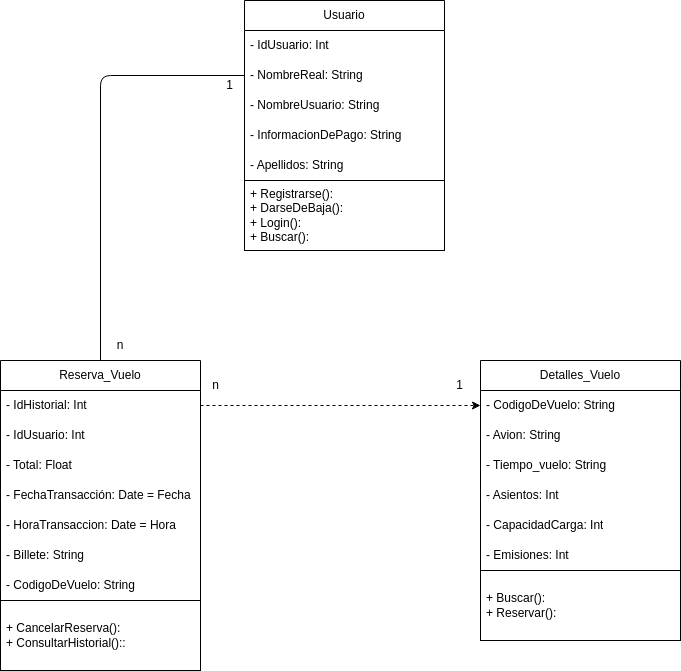
The draw.io diagram Diagramas-clases/Reserva-vuelos/Diagrama.drawio.png in IsaiasTolP/Tareas_Markdown, before a commit. Source tidied: cells renumbered, new cells last; positions are measured from the earlier drawing's top-left corner, leaving out a move shared by most shapes.
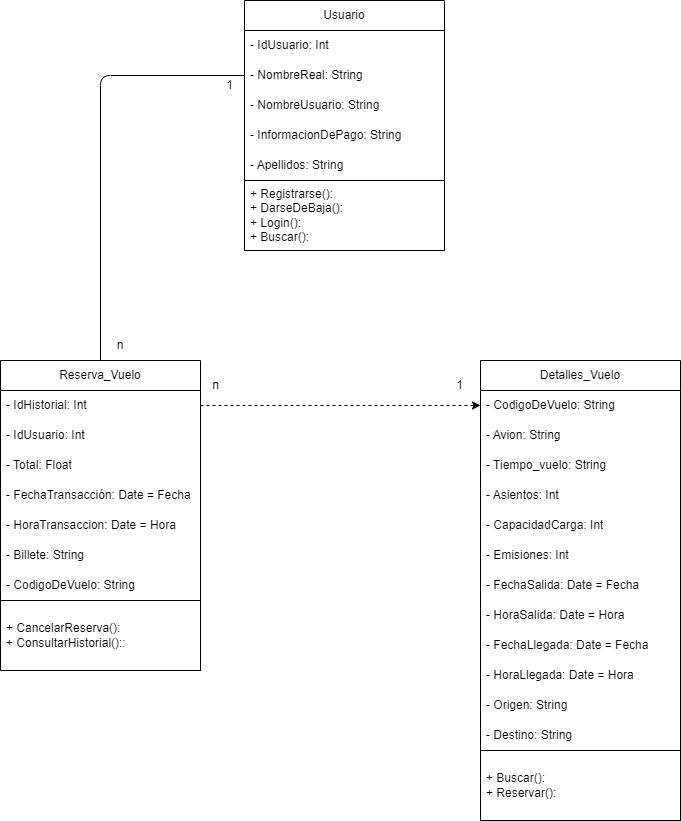
The same file after the commit.

Commit message:
Diagrama vuelos

Diff of the diagram source:
```diff
@@ -58,7 +58,7 @@
       <mxGeometry y="240" width="200" height="70" as="geometry" />
     </mxCell>
     <mxCell id="19" value="Detalles_Vuelo" style="swimlane;fontStyle=0;horizontal=1;startSize=30;whiteSpace=wrap;html=1;" parent="1" vertex="1">
-      <mxGeometry x="480" y="360" width="200" height="280" as="geometry" />
+      <mxGeometry x="480" y="360" width="200" height="460" as="geometry" />
     </mxCell>
     <mxCell id="20" value="- CodigoDeVuelo: String" style="text;strokeColor=none;fillColor=none;align=left;verticalAlign=middle;spacingLeft=4;spacingRight=4;overflow=hidden;points=[[0,0.5],[1,0.5]];portConstraint=eastwest;whiteSpace=wrap;html=1;" parent="19" vertex="1">
       <mxGeometry y="30" width="200" height="30" as="geometry" />
@@ -78,8 +78,26 @@
     <mxCell id="25" value="- Emisiones: Int" style="text;strokeColor=none;fillColor=none;align=left;verticalAlign=middle;spacingLeft=4;spacingRight=4;overflow=hidden;whiteSpace=wrap;html=1;" parent="19" vertex="1">
       <mxGeometry y="180" width="200" height="30" as="geometry" />
     </mxCell>
+    <mxCell id="32" value="- FechaSalida: Date = Fecha" style="text;strokeColor=none;fillColor=none;align=left;verticalAlign=middle;spacingLeft=4;spacingRight=4;overflow=hidden;whiteSpace=wrap;html=1;" parent="19" vertex="1">
+      <mxGeometry y="210" width="200" height="30" as="geometry" />
+    </mxCell>
+    <mxCell id="33" value="- HoraSalida: Date = Hora" style="text;strokeColor=none;fillColor=none;align=left;verticalAlign=middle;spacingLeft=4;spacingRight=4;overflow=hidden;whiteSpace=wrap;html=1;" parent="19" vertex="1">
+      <mxGeometry y="240" width="200" height="30" as="geometry" />
+    </mxCell>
+    <mxCell id="34" value="- FechaLlegada: Date = Fecha" style="text;strokeColor=none;fillColor=none;align=left;verticalAlign=middle;spacingLeft=4;spacingRight=4;overflow=hidden;whiteSpace=wrap;html=1;" parent="19" vertex="1">
+      <mxGeometry y="270" width="200" height="30" as="geometry" />
+    </mxCell>
+    <mxCell id="35" value="- HoraLlegada: Date = Hora" style="text;strokeColor=none;fillColor=none;align=left;verticalAlign=middle;spacingLeft=4;spacingRight=4;overflow=hidden;whiteSpace=wrap;html=1;" parent="19" vertex="1">
+      <mxGeometry y="300" width="200" height="30" as="geometry" />
+    </mxCell>
+    <mxCell id="36" value="- Origen: String" style="text;strokeColor=none;fillColor=none;align=left;verticalAlign=middle;spacingLeft=4;spacingRight=4;overflow=hidden;whiteSpace=wrap;html=1;" parent="19" vertex="1">
+      <mxGeometry y="330" width="200" height="30" as="geometry" />
+    </mxCell>
+    <mxCell id="37" value="- Destino: String" style="text;strokeColor=none;fillColor=none;align=left;verticalAlign=middle;spacingLeft=4;spacingRight=4;overflow=hidden;whiteSpace=wrap;html=1;" parent="19" vertex="1">
+      <mxGeometry y="360" width="200" height="30" as="geometry" />
+    </mxCell>
     <mxCell id="26" value="+ Buscar():&lt;br&gt;+ Reservar():" style="text;strokeColor=default;fillColor=none;align=left;verticalAlign=middle;spacingLeft=4;spacingRight=4;overflow=hidden;whiteSpace=wrap;html=1;" parent="19" vertex="1">
-      <mxGeometry y="210" width="200" height="70" as="geometry" />
+      <mxGeometry y="390" width="200" height="70" as="geometry" />
     </mxCell>
     <mxCell id="27" style="edgeStyle=none;html=1;exitX=1;exitY=0.5;exitDx=0;exitDy=0;entryX=0;entryY=0.5;entryDx=0;entryDy=0;endArrow=classic;endFill=1;dashed=1;" parent="1" edge="1" source="11" target="20">
       <mxGeometry relative="1" as="geometry" />
```
